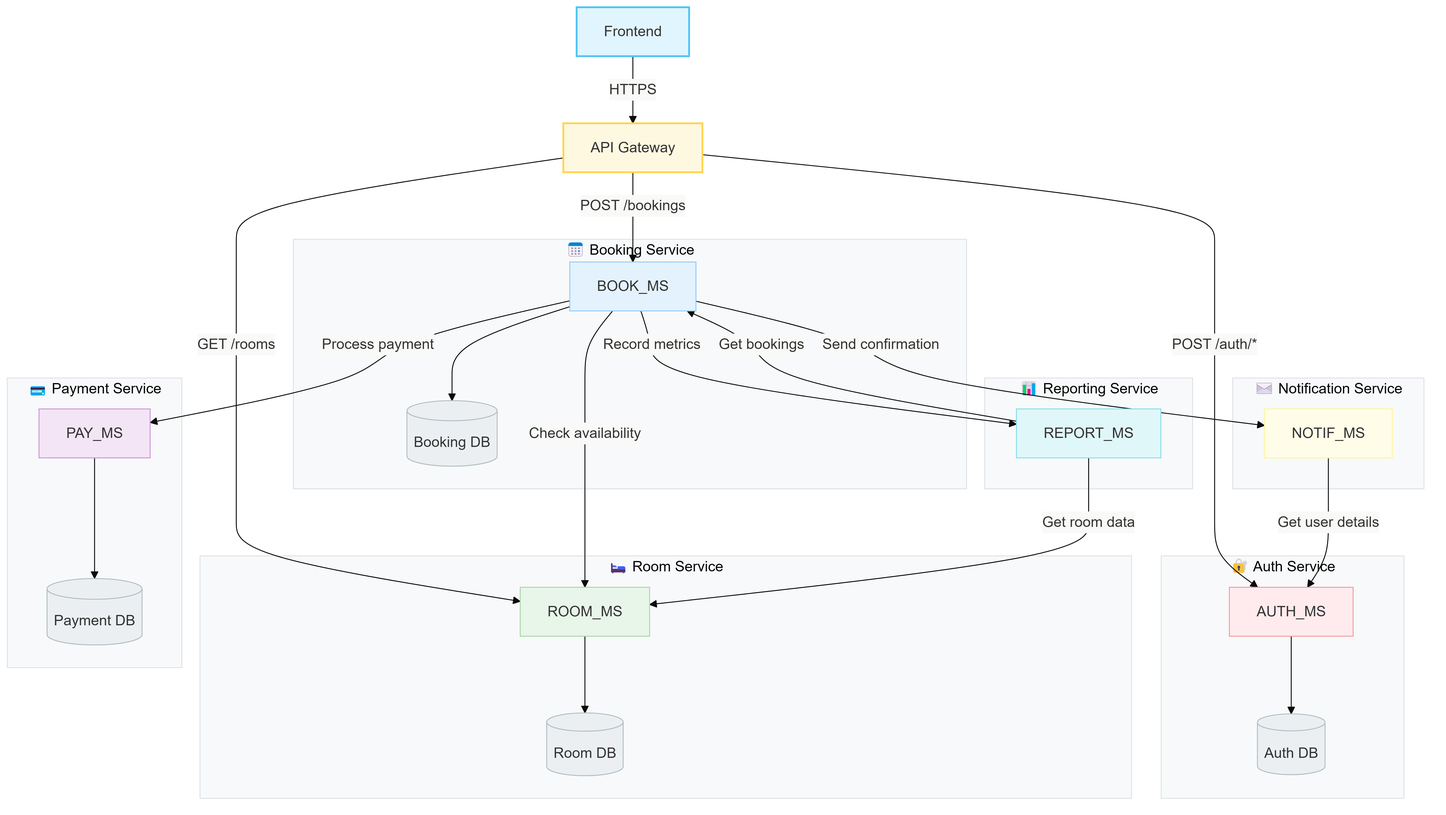
Before: documentation/diagrams/architecture/architecture.png, a diagram exported from Mermaid (up220672/innaly). Its source is kept beside it as documentation/diagrams/architecture/architecture.mmd.
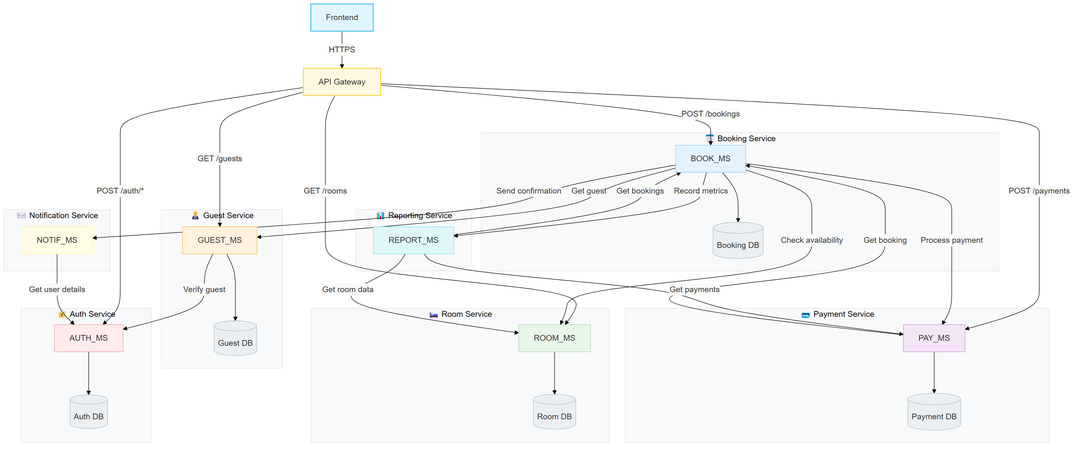
After the commit.

Commit message:
feat: add guest service and update architecture diagram

Change to the diagram source:
```diff
@@ -15,6 +15,7 @@
     classDef payment fill:#F3E5F5,stroke:#CE93D8
     classDef notification fill:#FFFDE7,stroke:#FFF59D
     classDef reporting fill:#E0F7FA,stroke:#80DEEA
+    classDef guest fill:#FFF3E0,stroke:#FFB74D
     classDef db fill:#ECEFF1,stroke:#B0BEC5
 
     USER[Frontend]:::user
@@ -23,6 +24,11 @@
     subgraph Auth["🔐 Auth Service"]
         AUTH_MS:::auth
         AUTH_DB[("Auth DB")]:::db
+    end
+
+    subgraph Guest["🧑‍💼 Guest Service"]
+        GUEST_MS:::guest
+        GUEST_DB[("Guest DB")]:::db
     end
 
     subgraph Room["🛏️ Room Service"]
@@ -51,20 +57,29 @@
     USER -->|HTTPS| GW
 
     GW -->|POST /auth/*| AUTH_MS
+    GW -->|GET /guests| GUEST_MS
     GW -->|GET /rooms| ROOM_MS
     GW -->|POST /bookings| BOOK_MS
+    GW -->|POST /payments| PAY_MS
 
     BOOK_MS -->|Check availability| ROOM_MS
     BOOK_MS -->|Process payment| PAY_MS
     BOOK_MS -->|Send confirmation| NOTIF_MS
     BOOK_MS -->|Record metrics| REPORT_MS
+    BOOK_MS -->|Get guest| GUEST_MS
+
+    GUEST_MS -->|Verify guest| AUTH_MS
+
+    PAY_MS -->|Get booking| BOOK_MS
 
     REPORT_MS -->|Get bookings| BOOK_MS
     REPORT_MS -->|Get room data| ROOM_MS
+    REPORT_MS -->|Get payments| PAY_MS
 
     NOTIF_MS -->|Get user details| AUTH_MS
 
     AUTH_MS --> AUTH_DB
+    GUEST_MS --> GUEST_DB
     ROOM_MS --> ROOM_DB
     BOOK_MS --> BOOK_DB
     PAY_MS --> PAY_DB
```
